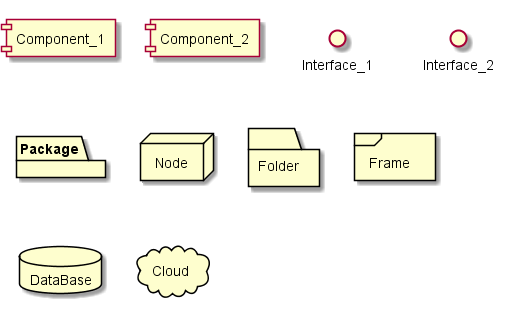
Above: PlantUML/component-diagram/cmp.1_parts_uml1.png in izumisan/cheatsheet (PlantUML), before the change.
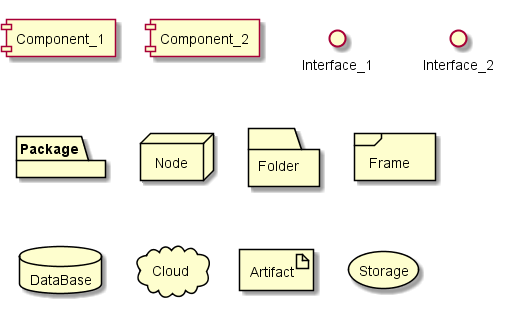
After the commit.

Commit message:
Update: コンポーネント図

Diff of the diagram source:
```diff
@@ -1,4 +1,5 @@
 @startuml cmp.1_parts_uml1
+
 component Component_1
 [Component_2]
 
@@ -11,4 +12,7 @@
 frame Frame
 database DataBase
 cloud Cloud
+
+artifact Artifact
+storage Storage
 @enduml
```
